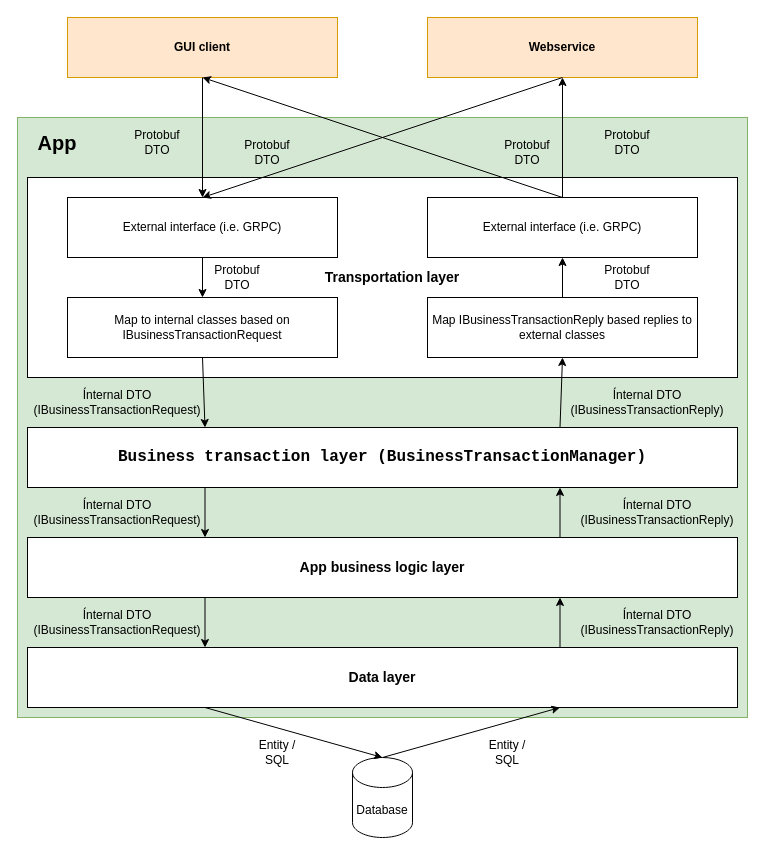
This is Bodoconsult.App/BusinessTransactions1.drawio from RobertLeisner/Bodoconsult.AppInfrastructure, a draw.io file, before an edit. Source tidied: cells renumbered, new cells numbered last; positions are measured from the earlier drawing's top-left corner, leaving out a move shared by most shapes. Both pictures are drawn from the tidied source at 100%, with x=0, y=0 at pixel (17, 17).
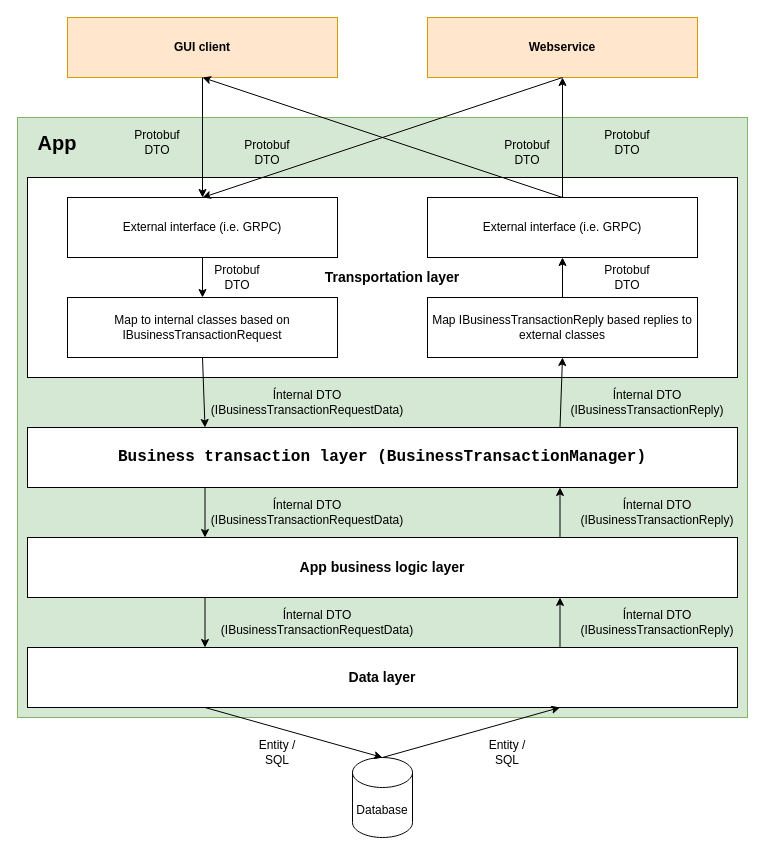
The same page after the edit.

What changed in the source:
```diff
@@
-    <mxCell id="38" value="Ínternal DTO&lt;div&gt;(IBusinessTransactionRequest)&lt;/div&gt;" style="text;html=1;align=center;verticalAlign=middle;whiteSpace=wrap;rounded=0;" parent="1" vertex="1">
-      <mxGeometry x="70" y="590" width="60" height="30" as="geometry" />
-    </mxCell>
-    <mxCell id="39" value="Ínternal DTO&lt;div&gt;(IBusinessTransactionRequest)&lt;/div&gt;" style="text;html=1;align=center;verticalAlign=middle;whiteSpace=wrap;rounded=0;" parent="1" vertex="1">
-      <mxGeometry x="70" y="480" width="60" height="30" as="geometry" />
-    </mxCell>
-    <mxCell id="40" value="Ínternal DTO&lt;div&gt;(IBusinessTransactionRequest)&lt;/div&gt;" style="text;html=1;align=center;verticalAlign=middle;whiteSpace=wrap;rounded=0;" parent="1" vertex="1">
-      <mxGeometry x="70" y="370" width="60" height="30" as="geometry" />
+    <mxCell id="40" value="Ínternal DTO&lt;div&gt;(IBusinessTransactionRequestData)&lt;/div&gt;" style="text;html=1;align=center;verticalAlign=middle;whiteSpace=wrap;rounded=0;" parent="1" vertex="1">
+      <mxGeometry x="260" y="370" width="60" height="30" as="geometry" />
     </mxCell>
@@
+    <mxCell id="44" value="Ínternal DTO&lt;div&gt;(IBusinessTransactionRequestData)&lt;/div&gt;" style="text;html=1;align=center;verticalAlign=middle;whiteSpace=wrap;rounded=0;" parent="1" vertex="1">
+      <mxGeometry x="260" y="480" width="60" height="30" as="geometry" />
+    </mxCell>
+    <mxCell id="45" value="Ínternal DTO&lt;div&gt;(IBusinessTransactionRequestData)&lt;/div&gt;" style="text;html=1;align=center;verticalAlign=middle;whiteSpace=wrap;rounded=0;" parent="1" vertex="1">
+      <mxGeometry x="270" y="590" width="60" height="30" as="geometry" />
+    </mxCell>
```
